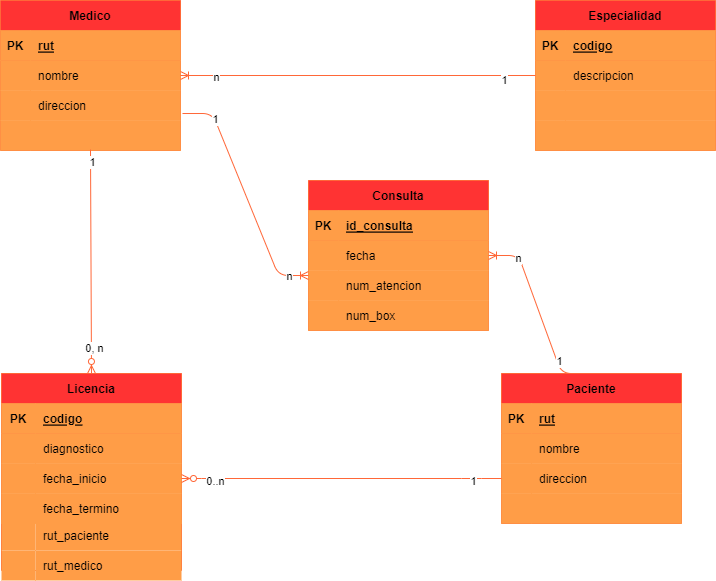
cfurrutia/base_datos keeps this draw.io diagram as dia12/desafio/desafio4.drawio.png. Above is the earlier version. Source tidied: cells renumbered, new cells last; positions are measured from the earlier drawing's top-left corner, leaving out a move shared by most shapes.
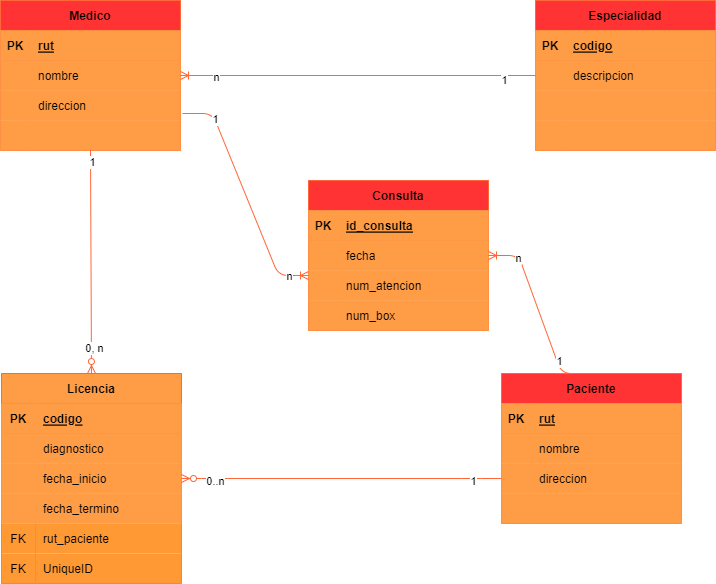
Later version of the same file.

Commit message:
actualizacion desafio 4

Diff of the diagram source:
```diff
@@ -119,8 +119,8 @@
     <mxCell id="40" value="num_box" style="shape=partialRectangle;fillColor=#FF9D47;top=0;left=0;bottom=0;right=0;align=left;spacingLeft=6;overflow=hidden;strokeColor=#FF6738;" parent="38" vertex="1">
       <mxGeometry x="30" width="150" height="30" as="geometry" />
     </mxCell>
-    <mxCell id="41" value="Licencia" style="shape=table;startSize=30;rowLines=0;fontStyle=1;align=center;strokeColor=#FF6738;fillColor=#FF3333;" parent="1" vertex="1">
-      <mxGeometry x="1" y="373" width="180" height="197" as="geometry" />
+    <mxCell id="41" value="Licencia" style="shape=table;startSize=30;rowLines=0;fontStyle=1;align=center;strokeColor=#FF6738;fillColor=#FF9D47;" parent="1" vertex="1">
+      <mxGeometry x="1" y="373" width="180" height="210" as="geometry" />
     </mxCell>
     <mxCell id="42" style="shape=tableRow;horizontal=0;startSize=0;swimlaneHead=0;swimlaneBody=0;fillColor=#FF9D47;top=0;left=0;right=0;bottom=1;strokeColor=#FF6738;" parent="41" vertex="1">
       <mxGeometry y="30" width="180" height="30" as="geometry" />
@@ -158,6 +158,24 @@
     <mxCell id="53" value="fecha_termino" style="shape=partialRectangle;fillColor=#FF9D47;top=0;left=0;bottom=0;right=0;align=left;spacingLeft=6;overflow=hidden;strokeColor=#FF6738;" parent="51" vertex="1">
       <mxGeometry x="34" width="146" height="30" as="geometry" />
     </mxCell>
+    <mxCell id="86" style="shape=tableRow;horizontal=0;startSize=0;swimlaneHead=0;swimlaneBody=0;fillColor=none;top=0;left=0;right=0;bottom=0;" parent="41" vertex="1">
+      <mxGeometry y="150" width="180" height="30" as="geometry" />
+    </mxCell>
+    <mxCell id="87" value="FK" style="shape=partialRectangle;fillColor=#FF9933;top=0;left=0;bottom=0;right=0;fontStyle=0;overflow=hidden;" parent="86" vertex="1">
+      <mxGeometry width="34" height="30" as="geometry" />
+    </mxCell>
+    <mxCell id="83" value="rut_paciente" style="shape=partialRectangle;fillColor=#FF9933;top=0;left=0;bottom=0;right=0;align=left;spacingLeft=6;fontStyle=0;overflow=hidden;" parent="86" vertex="1">
+      <mxGeometry x="34" width="146" height="30" as="geometry" />
+    </mxCell>
+    <mxCell id="88" style="shape=tableRow;horizontal=0;startSize=0;swimlaneHead=0;swimlaneBody=0;fillColor=none;top=0;left=0;right=0;bottom=0;" parent="41" vertex="1">
+      <mxGeometry y="180" width="180" height="30" as="geometry" />
+    </mxCell>
+    <mxCell id="89" value="FK" style="shape=partialRectangle;fillColor=#FF9933;top=0;left=0;bottom=0;right=0;fontStyle=0;overflow=hidden;" parent="88" vertex="1">
+      <mxGeometry width="34" height="30" as="geometry" />
+    </mxCell>
+    <mxCell id="90" value="UniqueID" style="shape=partialRectangle;fillColor=#FF9933;top=0;left=0;bottom=0;right=0;align=left;spacingLeft=6;fontStyle=0;overflow=hidden;" parent="88" vertex="1">
+      <mxGeometry x="34" width="146" height="30" as="geometry" />
+    </mxCell>
     <mxCell id="54" value="Paciente" style="shape=table;startSize=30;rowLines=0;fontStyle=1;align=center;strokeColor=#FF6738;fillColor=#FF3333;" parent="1" vertex="1">
       <mxGeometry x="501" y="373" width="180" height="150" as="geometry" />
     </mxCell>
@@ -242,17 +260,5 @@
     <mxCell id="81" value="0, n" style="edgeLabel;html=1;align=center;verticalAlign=middle;strokeColor=#FF6738;fillColor=#FF9D47;" parent="79" vertex="1">
       <mxGeometry x="0.78" y="3" relative="1" as="geometry" />
     </mxCell>
-    <mxCell id="82" style="shape=partialRectangle;fillColor=#FF9D47;top=0;left=0;bottom=0;right=0;overflow=hidden;strokeColor=#FF6738;" parent="1" vertex="1">
-      <mxGeometry x="1" y="520" width="34" height="30" as="geometry" />
-    </mxCell>
-    <mxCell id="83" value="rut_paciente" style="shape=partialRectangle;fillColor=#FF9D47;top=0;left=0;bottom=0;right=0;align=left;spacingLeft=6;overflow=hidden;strokeColor=#FF6738;" parent="1" vertex="1">
-      <mxGeometry x="35" y="520" width="146" height="30" as="geometry" />
-    </mxCell>
-    <mxCell id="84" style="shape=partialRectangle;fillColor=#FF9D47;top=0;left=0;bottom=0;right=0;overflow=hidden;strokeColor=#FF6738;" parent="1" vertex="1">
-      <mxGeometry x="1" y="550" width="34" height="30" as="geometry" />
-    </mxCell>
-    <mxCell id="85" value="rut_medico" style="shape=partialRectangle;fillColor=#FF9D47;top=0;left=0;bottom=0;right=0;align=left;spacingLeft=6;overflow=hidden;strokeColor=#FF6738;" parent="1" vertex="1">
-      <mxGeometry x="35" y="550" width="146" height="30" as="geometry" />
-    </mxCell>
   </root>
 </mxGraphModel>
```
